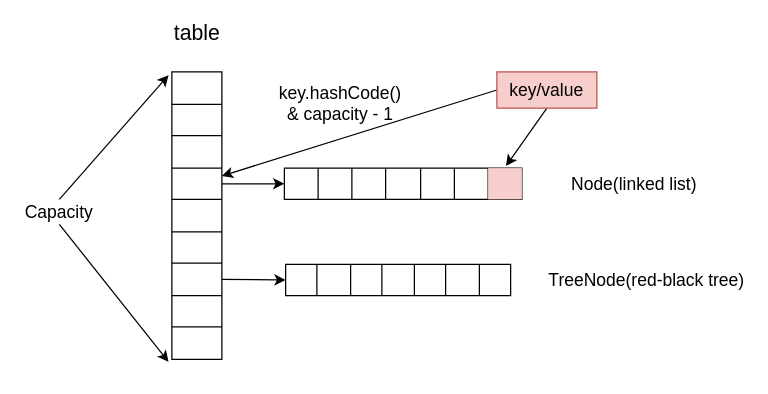
Before: Java/Collections/collections-hashmap.drawio in Ryan-Hu/StackEdit, a draw.io diagram. Source tidied: cells renumbered, new cells numbered last; positions are measured from the earlier drawing's top-left corner, leaving out a move shared by most shapes. Both pictures are drawn from the tidied source at 125%, with x=0, y=0 at pixel (21, 21).
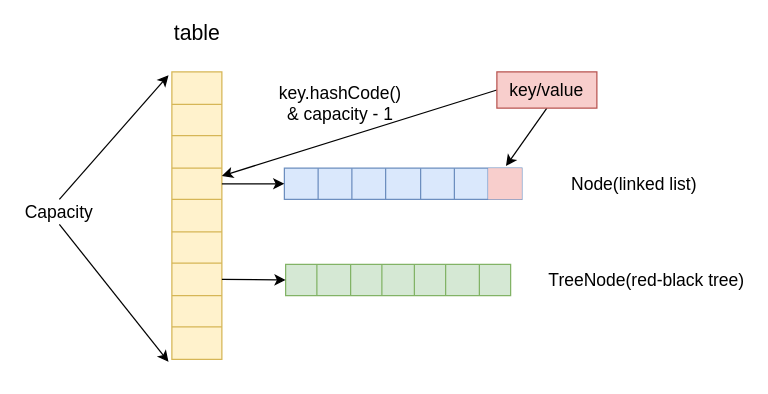
Above is the later version.

Change to the diagram source:
```diff
@@
-    <mxCell id="2" style="shape=table;html=1;whiteSpace=wrap;startSize=0;childLayout=tableLayout;rowLines=1;columnLines=1;" parent="1" vertex="1">
+    <mxCell id="2" style="shape=table;html=1;whiteSpace=wrap;startSize=0;childLayout=tableLayout;rowLines=1;columnLines=1;fillColor=#fff2cc;strokeColor=#d6b656;" parent="1" vertex="1">
       <mxGeometry x="120" y="40" width="40" height="230" as="geometry" />
     </mxCell>
@@
-    <mxCell id="23" style="shape=table;html=1;whiteSpace=wrap;startSize=0;childLayout=tableLayout;fontSize=14;" parent="1" vertex="1">
+    <mxCell id="23" style="shape=table;html=1;whiteSpace=wrap;startSize=0;childLayout=tableLayout;fontSize=14;fillColor=#dae8fc;strokeColor=#6c8ebf;" parent="1" vertex="1">
       <mxGeometry x="210" y="117" width="190" height="25" as="geometry" />
     </mxCell>
@@
-    <mxCell id="33" style="shape=table;html=1;whiteSpace=wrap;startSize=0;childLayout=tableLayout;fontSize=14;" parent="1" vertex="1">
+    <mxCell id="33" style="shape=table;html=1;whiteSpace=wrap;startSize=0;childLayout=tableLayout;fontSize=14;fillColor=#d5e8d4;strokeColor=#82b366;" parent="1" vertex="1">
       <mxGeometry x="211" y="194" width="180" height="25" as="geometry" />
     </mxCell>
```
